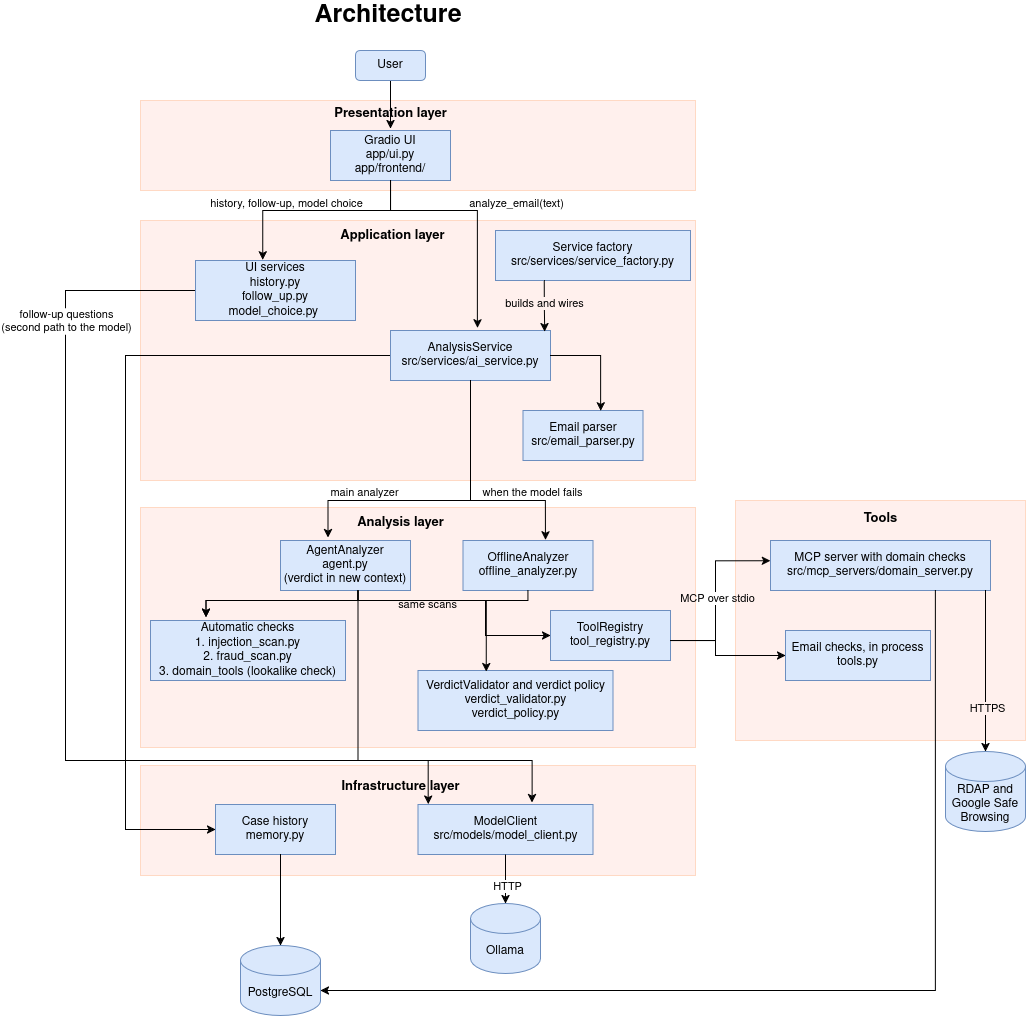
Earlier version of the draw.io export docs/graphics/Architecture_Diagram.png (elifakpinar281/development-ai-project). Source tidied: cells renumbered, new cells last; positions are measured from the earlier drawing's top-left corner, leaving out a move shared by most shapes.
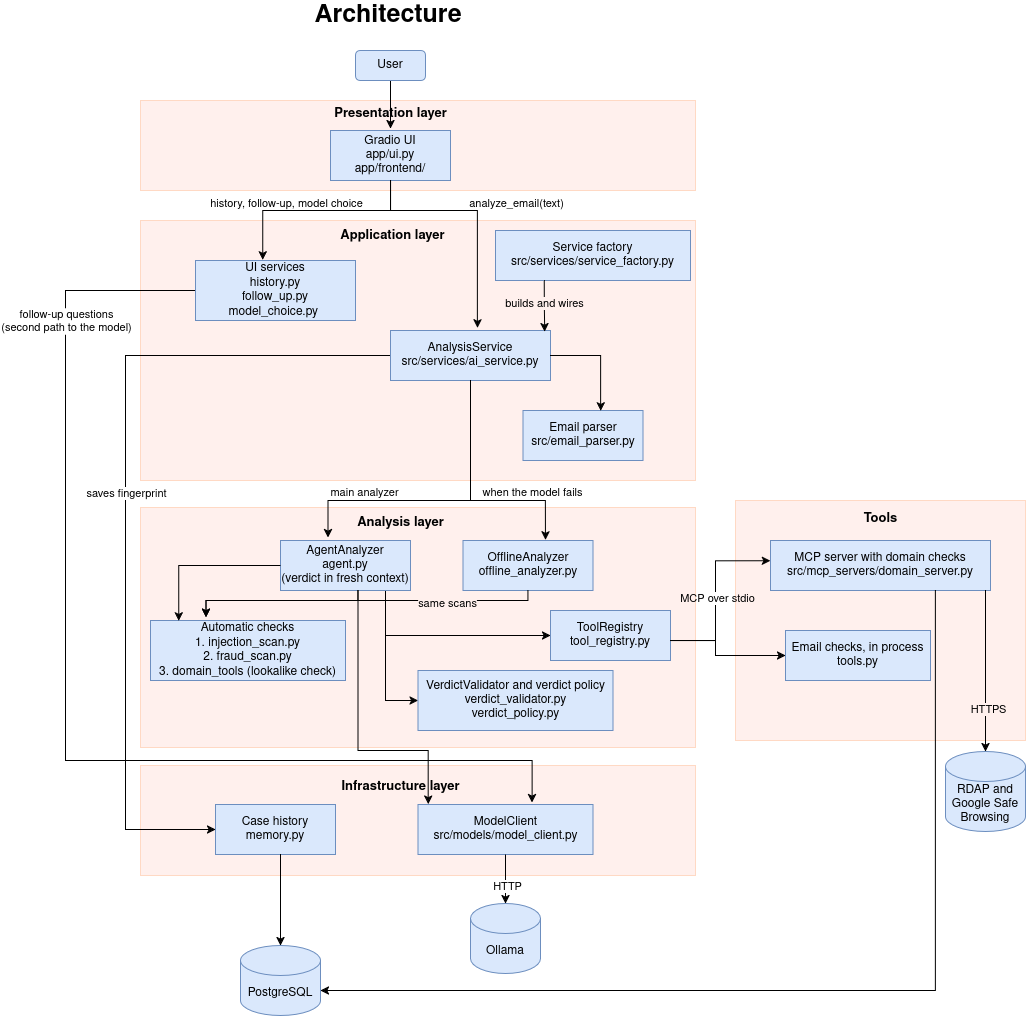
After the change.

Commit message:
Updated doc, diagram and some mismatch in evaluation results

The edit, as a diff of the source:
```diff
@@ -39,6 +39,9 @@
         </Array>
       </mxGeometry>
     </mxCell>
+    <mxCell id="61" value="saves fingerprint" style="edgeLabel;html=1;align=center;verticalAlign=middle;defaultLabelBackgroundColor=gap;" parent="10" vertex="1">
+      <mxGeometry x="-0.03" relative="1" as="geometry" />
+    </mxCell>
     <mxCell id="11" value="&lt;div&gt;AnalysisService&lt;/div&gt;&lt;div&gt;src/services/ai_service.py&lt;/div&gt;" style="rounded=0;whiteSpace=wrap;html=1;fillColor=#dae8fc;strokeColor=#6c8ebf;" parent="1" vertex="1">
       <mxGeometry x="325" y="330" width="160" height="50" as="geometry" />
     </mxCell>
@@ -49,15 +52,20 @@
       <mxGeometry x="457.5" y="410" width="120" height="50" as="geometry" />
     </mxCell>
     <mxCell id="14" style="edgeStyle=orthogonalEdgeStyle;rounded=0;jettySize=auto;html=1;entryX=0;entryY=0.5;entryDx=0;entryDy=0;defaultLabelBackgroundColor=gap;" parent="1" edge="1" source="15" target="19">
-      <mxGeometry x="0.12" relative="1" as="geometry">
+      <mxGeometry x="-0.1" relative="1" as="geometry">
         <Array as="points">
-          <mxPoint x="292.5" y="600" />
-          <mxPoint x="420" y="600" />
-          <mxPoint x="420" y="635" />
+          <mxPoint x="320" y="635" />
         </Array>
       </mxGeometry>
     </mxCell>
+    <mxCell id="56" style="edgeStyle=orthogonalEdgeStyle;rounded=0;jettySize=auto;html=1;entryX=0;entryY=0.5;entryDx=0;entryDy=0;defaultLabelBackgroundColor=gap;" parent="1" edge="1" source="15" target="17">
+      <mxGeometry relative="1" as="geometry">
+        <Array as="points">
+          <mxPoint x="320" y="700" />
+        </Array>
+      </mxGeometry>
+    </mxCell>
-    <mxCell id="15" value="&lt;div&gt;AgentAnalyzer&lt;/div&gt;&lt;div&gt;agent.py&lt;/div&gt;&lt;div&gt;(verdict in new context)&lt;/div&gt;" style="rounded=0;whiteSpace=wrap;html=1;fillColor=#dae8fc;strokeColor=#6c8ebf;" parent="1" vertex="1">
+    <mxCell id="15" value="&lt;div&gt;AgentAnalyzer&lt;/div&gt;&lt;div&gt;agent.py&lt;/div&gt;&lt;div&gt;(verdict in fresh context)&lt;/div&gt;" style="rounded=0;whiteSpace=wrap;html=1;fillColor=#dae8fc;strokeColor=#6c8ebf;" parent="1" vertex="1">
       <mxGeometry x="215" y="540" width="130" height="50" as="geometry" />
     </mxCell>
     <mxCell id="16" value="&lt;div&gt;OfflineAnalyzer&lt;/div&gt;&lt;div&gt;offline_analyzer.py&lt;/div&gt;" style="rounded=0;whiteSpace=wrap;html=1;fillColor=#dae8fc;strokeColor=#6c8ebf;" parent="1" vertex="1">
@@ -249,16 +257,8 @@
         </Array>
       </mxGeometry>
     </mxCell>
-    <mxCell id="56" style="edgeStyle=orthogonalEdgeStyle;rounded=0;jettySize=auto;html=1;entryX=0.35;entryY=0.02;entryDx=0;entryDy=0;entryPerimeter=0;defaultLabelBackgroundColor=gap;" parent="1" edge="1" source="15" target="17">
-      <mxGeometry relative="1" as="geometry">
-        <Array as="points">
-          <mxPoint x="292.5" y="600" />
-          <mxPoint x="420.8" y="600" />
-        </Array>
-      </mxGeometry>
-    </mxCell>
-    <mxCell id="57" value="same scans" style="edgeLabel;html=1;align=center;verticalAlign=middle;defaultLabelBackgroundColor=gap;" parent="56" vertex="1">
-      <mxGeometry x="-0.24" y="-3" relative="1" as="geometry" />
+    <mxCell id="57" value="same scans" style="edgeLabel;html=1;align=center;verticalAlign=middle;defaultLabelBackgroundColor=gap;" parent="55" vertex="1">
+      <mxGeometry x="-0.48" y="2" relative="1" as="geometry" />
     </mxCell>
     <mxCell id="58" style="edgeStyle=orthogonalEdgeStyle;rounded=0;jettySize=auto;html=1;entryX=-0.001;entryY=0.403;entryDx=0;entryDy=0;entryPerimeter=0;defaultLabelBackgroundColor=gap;" parent="1" edge="1" source="19" target="22">
       <mxGeometry x="0.02" relative="1" as="geometry">
@@ -274,10 +274,17 @@
     <mxCell id="60" style="edgeStyle=orthogonalEdgeStyle;rounded=0;jettySize=auto;html=1;entryX=0.691;entryY=1.089;entryDx=0;entryDy=0;entryPerimeter=0;defaultLabelBackgroundColor=gap;" parent="1" edge="1" source="15" target="32">
       <mxGeometry relative="1" as="geometry">
         <Array as="points">
-          <mxPoint x="292.5" y="760" />
-          <mxPoint x="362.7" y="760" />
+          <mxPoint x="292.5" y="750" />
+          <mxPoint x="362.7" y="750" />
         </Array>
       </mxGeometry>
     </mxCell>
+    <mxCell id="62" style="edgeStyle=orthogonalEdgeStyle;rounded=0;jettySize=auto;html=1;entryX=0.145;entryY=0.005;entryDx=0;entryDy=0;entryPerimeter=0;defaultLabelBackgroundColor=gap;" parent="1" edge="1" source="15" target="20">
+      <mxGeometry x="-0.22" relative="1" as="geometry">
+        <Array as="points">
+          <mxPoint x="113.3" y="565" />
+        </Array>
+      </mxGeometry>
+    </mxCell>
   </root>
 </mxGraphModel>
```
